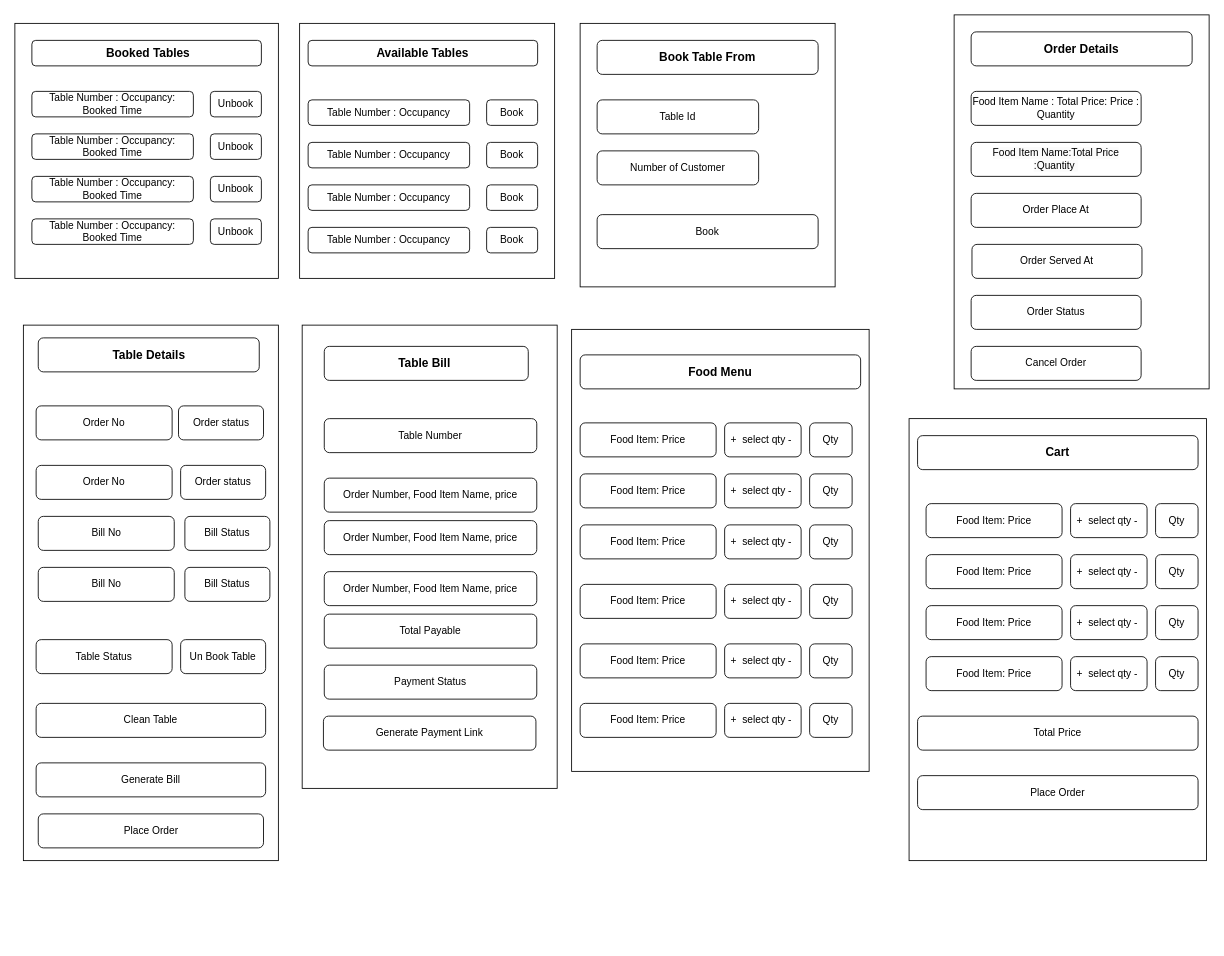
The draw.io diagram rmp_front_end_screens.drawio in Atypical3991/draw.io, before the edit. Source tidied: cells renumbered, new cells numbered last; positions are measured from the earlier drawing's top-left corner, leaving out a move shared by most shapes. Both pictures are drawn from the tidied source at 85%, with x=0, y=0 at pixel (14, 14).
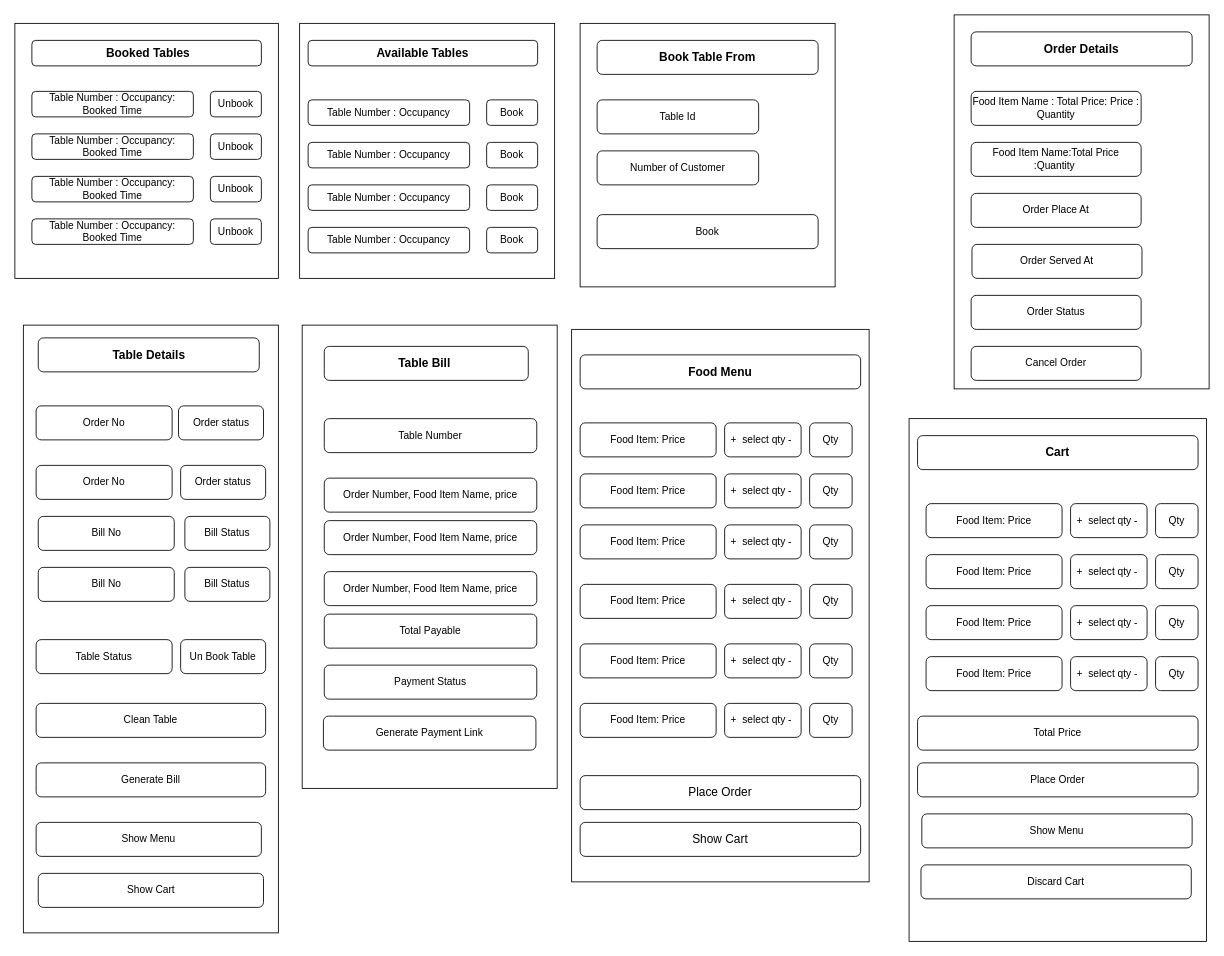
The same page after the edit.

Diff of the diagram source:
```diff
@@
     <mxCell id="17" style="rounded=0;whiteSpace=wrap;html=1;direction=south;" parent="1" vertex="1">
-      <mxGeometry x="10" y="365" width="300" height="630" as="geometry" />
+      <mxGeometry x="10" y="365" width="300" height="715" as="geometry" />
     </mxCell>
@@
     <mxCell id="38" style="rounded=0;whiteSpace=wrap;html=1;direction=south;" parent="1" vertex="1">
-      <mxGeometry x="655" y="370" width="350" height="520" as="geometry" />
+      <mxGeometry x="655" y="370" width="350" height="650" as="geometry" />
     </mxCell>
@@
     <mxCell id="58" style="rounded=0;whiteSpace=wrap;html=1;direction=south;" parent="1" vertex="1">
-      <mxGeometry x="1052" y="475" width="350" height="520" as="geometry" />
+      <mxGeometry x="1052" y="475" width="350" height="615" as="geometry" />
     </mxCell>
@@
     <mxCell id="73" value="Place Order" style="rounded=1;whiteSpace=wrap;html=1;" parent="1" vertex="1">
-      <mxGeometry x="1062" y="895" width="330" height="40" as="geometry" />
+      <mxGeometry x="1062" y="880" width="330" height="40" as="geometry" />
     </mxCell>
@@
-    <mxCell id="78" value="Place Order" style="rounded=1;whiteSpace=wrap;html=1;" parent="1" vertex="1">
-      <mxGeometry x="27.5" y="940" width="265" height="40" as="geometry" />
+    <mxCell id="78" value="Show Menu" style="rounded=1;whiteSpace=wrap;html=1;" parent="1" vertex="1">
+      <mxGeometry x="25" y="950" width="265" height="40" as="geometry" />
     </mxCell>
@@
+    <mxCell id="95" value="&lt;span style=&quot;font-size: 14px;&quot;&gt;Place Order&lt;/span&gt;" style="rounded=1;whiteSpace=wrap;html=1;" parent="1" vertex="1">
+      <mxGeometry x="665" y="895" width="330" height="40" as="geometry" />
+    </mxCell>
+    <mxCell id="96" value="Show Menu" style="rounded=1;whiteSpace=wrap;html=1;" parent="1" vertex="1">
+      <mxGeometry x="1067" y="940" width="318" height="40" as="geometry" />
+    </mxCell>
+    <mxCell id="97" value="Show Cart" style="rounded=1;whiteSpace=wrap;html=1;" parent="1" vertex="1">
+      <mxGeometry x="27.5" y="1010" width="265" height="40" as="geometry" />
+    </mxCell>
+    <mxCell id="98" value="&lt;span style=&quot;font-size: 14px;&quot;&gt;Show Cart&lt;/span&gt;" style="rounded=1;whiteSpace=wrap;html=1;" parent="1" vertex="1">
+      <mxGeometry x="665" y="950" width="330" height="40" as="geometry" />
+    </mxCell>
+    <mxCell id="99" value="Discard Cart" style="rounded=1;whiteSpace=wrap;html=1;" parent="1" vertex="1">
+      <mxGeometry x="1066" y="1000" width="318" height="40" as="geometry" />
+    </mxCell>
```
